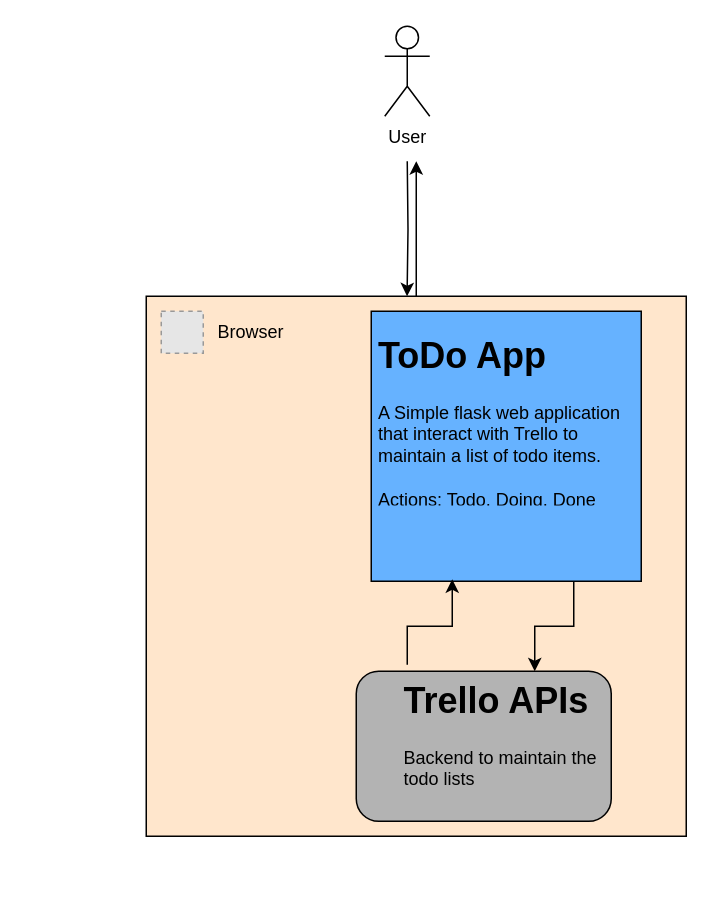
Before: documentation/Context_Diagram.drawio in kiranuppi/DevOps-Course-Starter, a draw.io diagram. Source tidied: cells renumbered, new cells numbered last; positions are measured from the earlier drawing's top-left corner, leaving out a move shared by most shapes. Both pictures are drawn from the tidied source at 150%, with x=0, y=0 at pixel (146, 26). Pictures stored in the file or linked from it are replaced by grey dashed boxes.
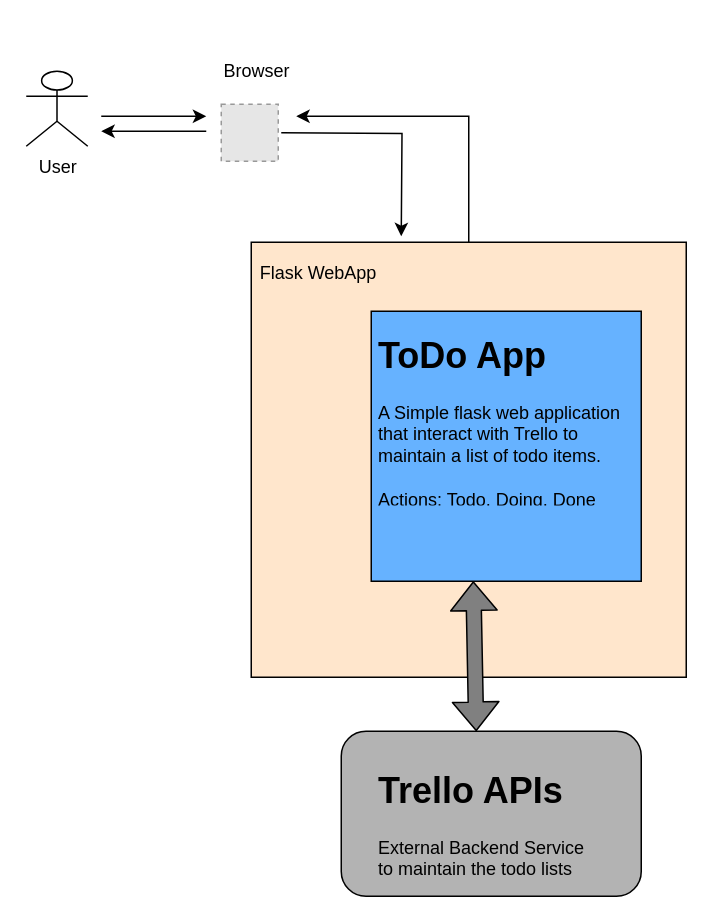
The same diagram, later.

Unchanged cells that the change refers to:
```xml
<mxCell id="7" style="whiteSpace=wrap;html=1;fillColor=#66B2FF;" parent="1" vertex="1">
  <mxGeometry x="150" y="190" width="180" height="180" as="geometry" />
</mxCell>
```

Change to the diagram source:
```diff
@@
-    <mxCell id="2" style="edgeStyle=orthogonalEdgeStyle;rounded=0;jettySize=auto;html=1;entryX=0.483;entryY=0;entryDx=0;entryDy=0;entryPerimeter=0;" parent="1" edge="1" target="5">
-      <mxGeometry relative="1" as="geometry">
-        <mxPoint x="174" y="90" as="sourcePoint" />
-      </mxGeometry>
-    </mxCell>
     <mxCell id="3" value="User" style="shape=umlActor;verticalLabelPosition=bottom;verticalAlign=top;html=1;" parent="1" vertex="1">
-      <mxGeometry x="159" width="30" height="60" as="geometry" />
+      <mxGeometry x="-80" y="30" width="41" height="50" as="geometry" />
     </mxCell>
-    <mxCell id="4" style="edgeStyle=orthogonalEdgeStyle;rounded=0;jettySize=auto;html=1;" parent="1" edge="1" source="5">
-      <mxGeometry relative="1" as="geometry">
-        <mxPoint x="180" y="90" as="targetPoint" />
-      </mxGeometry>
-    </mxCell>
+    <mxCell id="14" style="edgeStyle=orthogonalEdgeStyle;rounded=0;jettySize=auto;html=1;" parent="1" edge="1" source="5">
+      <mxGeometry relative="1" as="geometry">
+        <mxPoint x="100" y="60" as="targetPoint" />
+        <Array as="points">
+          <mxPoint x="215" y="60" />
+        </Array>
+      </mxGeometry>
+    </mxCell>
     <mxCell id="5" style="whiteSpace=wrap;html=1;fillColor=#FFE6CC;" parent="1" vertex="1">
-      <mxGeometry y="180" width="360" height="360" as="geometry" />
+      <mxGeometry x="70" y="144" width="290" height="290" as="geometry" />
     </mxCell>
-    <mxCell id="6" style="edgeStyle=orthogonalEdgeStyle;rounded=0;jettySize=auto;html=1;exitX=0.75;exitY=1;exitDx=0;exitDy=0;entryX=0.7;entryY=0;entryDx=0;entryDy=0;entryPerimeter=0;" parent="1" edge="1" source="7" target="9">
-      <mxGeometry relative="1" as="geometry" />
-    </mxCell>
@@
-    <mxCell id="8" style="edgeStyle=orthogonalEdgeStyle;rounded=0;jettySize=auto;html=1;exitX=0.2;exitY=-0.043;exitDx=0;exitDy=0;entryX=0.3;entryY=0.993;entryDx=0;entryDy=0;entryPerimeter=0;exitPerimeter=0;" parent="1" edge="1" source="9" target="7">
-      <mxGeometry relative="1" as="geometry" />
-    </mxCell>
     <mxCell id="9" style="rounded=1;whiteSpace=wrap;html=1;fillColor=#B3B3B3;" parent="1" vertex="1">
-      <mxGeometry x="140" y="430" width="170" height="100" as="geometry" />
+      <mxGeometry x="130" y="470" width="200" height="110" as="geometry" />
     </mxCell>
@@
-    <mxCell id="11" value="&lt;h1&gt;Trello APIs&lt;/h1&gt;&lt;div&gt;Backend to maintain the todo lists&lt;/div&gt;" style="text;html=1;strokeColor=none;fillColor=none;spacing=5;spacingTop=-20;whiteSpace=wrap;overflow=hidden;rounded=0;" parent="1" vertex="1">
-      <mxGeometry x="167" y="430" width="156" height="80" as="geometry" />
+    <mxCell id="11" value="&lt;h1&gt;Trello APIs&lt;/h1&gt;&lt;div&gt;External Backend Service to maintain the todo lists&lt;/div&gt;" style="text;html=1;strokeColor=none;fillColor=none;spacing=5;spacingTop=-20;whiteSpace=wrap;overflow=hidden;rounded=0;" parent="1" vertex="1">
+      <mxGeometry x="150" y="490" width="153" height="80" as="geometry" />
     </mxCell>
+    <mxCell id="15" style="edgeStyle=orthogonalEdgeStyle;rounded=0;orthogonalLoop=1;jettySize=auto;html=1;" parent="1" edge="1">
+      <mxGeometry relative="1" as="geometry">
+        <mxPoint x="90" y="71" as="sourcePoint" />
+        <mxPoint x="170" y="140" as="targetPoint" />
+      </mxGeometry>
+    </mxCell>
     <mxCell id="12" style="fillColor=#E6E6E6;strokeColor=#999999;dashed=1;html=1;verticalAlign=top;verticalLabelPosition=bottom;labelBackgroundColor=#ffffff;" parent="1" vertex="1">
-      <mxGeometry x="10" y="190" width="28" height="28" as="geometry" />
+      <mxGeometry x="50" y="52" width="38" height="38" as="geometry" />
     </mxCell>
     <mxCell id="13" value="Browser" style="text;html=1;strokeColor=none;fillColor=none;align=center;verticalAlign=middle;whiteSpace=wrap;rounded=0;" parent="1" vertex="1">
-      <mxGeometry x="50" y="194" width="40" height="20" as="geometry" />
+      <mxGeometry x="54" y="20" width="40" height="20" as="geometry" />
     </mxCell>
+    <mxCell id="16" style="endArrow=classic;html=1;" parent="1" edge="1">
+      <mxGeometry relative="1" as="geometry">
+        <mxPoint x="-30" y="60" as="sourcePoint" />
+        <mxPoint x="40" y="60" as="targetPoint" />
+      </mxGeometry>
+    </mxCell>
+    <mxCell id="17" style="endArrow=classic;html=1;" parent="1" edge="1">
+      <mxGeometry relative="1" as="geometry">
+        <mxPoint x="40" y="70" as="sourcePoint" />
+        <mxPoint x="-30" y="70" as="targetPoint" />
+      </mxGeometry>
+    </mxCell>
+    <mxCell id="18" value="Flask WebApp" style="text;html=1;strokeColor=none;fillColor=none;align=center;verticalAlign=middle;whiteSpace=wrap;rounded=0;" parent="1" vertex="1">
+      <mxGeometry x="70" y="150" width="90" height="30" as="geometry" />
+    </mxCell>
+    <mxCell id="19" style="shape=flexArrow;endArrow=classic;startArrow=classic;html=1;fillColor=#808080;entryX=0.378;entryY=1;entryDx=0;entryDy=0;entryPerimeter=0;" parent="1" edge="1" target="7">
+      <mxGeometry relative="1" as="geometry">
+        <mxPoint x="220" y="470" as="sourcePoint" />
+      </mxGeometry>
+    </mxCell>
```
